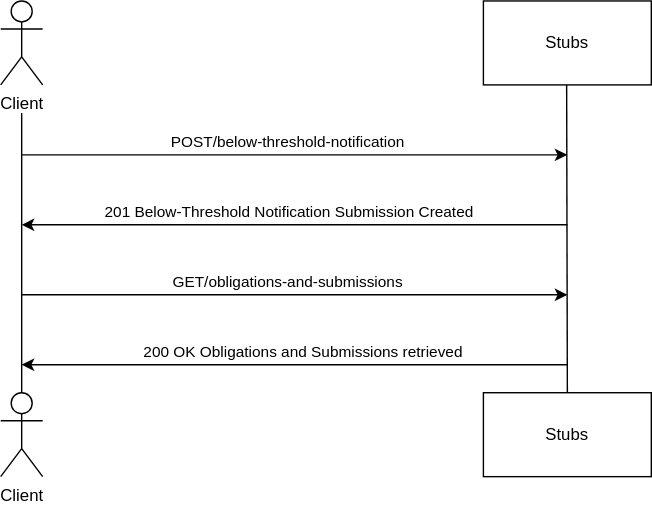
Above: source/documentation/figures/btn-test-sequence.svg in hmrc/pillar2-service-guide (draw.io), before the change. Source tidied: cells renumbered, new cells last; positions are measured from the earlier drawing's top-left corner, leaving out a move shared by most shapes. The source it was exported from:
```xml
<mxGraphModel>
  <root>
    <mxCell id="0" />
    <mxCell id="1" parent="0" />
    <mxCell id="2" value="Client" style="shape=umlActor;verticalLabelPosition=bottom;verticalAlign=top;html=1;" parent="1" vertex="1">
      <mxGeometry width="30" height="60" as="geometry" />
    </mxCell>
    <mxCell id="3" value="Client" style="shape=umlActor;verticalLabelPosition=bottom;verticalAlign=top;html=1;" parent="1" vertex="1">
      <mxGeometry y="280" width="30" height="60" as="geometry" />
    </mxCell>
    <mxCell id="4" style="endArrow=none;html=1;rounded=0;" parent="1" edge="1">
      <mxGeometry relative="1" as="geometry">
        <mxPoint x="15" y="280" as="sourcePoint" />
        <mxPoint x="15" y="80" as="targetPoint" />
      </mxGeometry>
    </mxCell>
    <mxCell id="5" value="Stubs" style="rounded=0;whiteSpace=wrap;html=1;" parent="1" vertex="1">
      <mxGeometry x="345" width="120" height="60" as="geometry" />
    </mxCell>
    <mxCell id="6" value="Stubs" style="rounded=0;whiteSpace=wrap;html=1;" parent="1" vertex="1">
      <mxGeometry x="345" y="280" width="120" height="60" as="geometry" />
    </mxCell>
    <mxCell id="7" style="endArrow=none;html=1;rounded=0;exitX=0.5;exitY=0;exitDx=0;exitDy=0;" parent="1" edge="1" source="6">
      <mxGeometry relative="1" as="geometry">
        <mxPoint x="404.5" y="60" as="targetPoint" />
      </mxGeometry>
    </mxCell>
    <mxCell id="8" style="endArrow=classic;html=1;rounded=0;" parent="1" edge="1">
      <mxGeometry relative="1" as="geometry">
        <mxPoint x="15" y="110" as="sourcePoint" />
        <mxPoint x="405" y="110" as="targetPoint" />
      </mxGeometry>
    </mxCell>
    <mxCell id="9" value="POST/below-threshold-notification" style="edgeLabel;html=1;align=center;verticalAlign=middle;" parent="8" vertex="1">
      <mxGeometry x="-0.19" relative="1" as="geometry">
        <mxPoint x="31" y="-10" as="offset" />
      </mxGeometry>
    </mxCell>
    <mxCell id="10" style="endArrow=classic;html=1;rounded=0;" parent="1" edge="1">
      <mxGeometry relative="1" as="geometry">
        <mxPoint x="405" y="160" as="sourcePoint" />
        <mxPoint x="15" y="160" as="targetPoint" />
      </mxGeometry>
    </mxCell>
    <mxCell id="11" value="201 Below-Threshold Notification Submission Created" style="edgeLabel;html=1;align=center;verticalAlign=middle;" parent="10" vertex="1">
      <mxGeometry x="0.13" relative="1" as="geometry">
        <mxPoint x="20" y="-10" as="offset" />
      </mxGeometry>
    </mxCell>
    <mxCell id="12" style="endArrow=classic;html=1;rounded=0;" parent="1" edge="1">
      <mxGeometry relative="1" as="geometry">
        <mxPoint x="15" y="210" as="sourcePoint" />
        <mxPoint x="405" y="210" as="targetPoint" />
      </mxGeometry>
    </mxCell>
    <mxCell id="13" value="GET/obligations-and-submissions" style="edgeLabel;html=1;align=center;verticalAlign=middle;" parent="12" vertex="1">
      <mxGeometry x="-0.15" y="-2" relative="1" as="geometry">
        <mxPoint x="23" y="-12" as="offset" />
      </mxGeometry>
    </mxCell>
    <mxCell id="14" style="endArrow=classic;html=1;rounded=0;" parent="1" edge="1">
      <mxGeometry relative="1" as="geometry">
        <mxPoint x="405" y="260" as="sourcePoint" />
        <mxPoint x="15" y="260" as="targetPoint" />
      </mxGeometry>
    </mxCell>
    <mxCell id="15" value="200 OK Obligations and Submissions retrieved" style="edgeLabel;html=1;align=center;verticalAlign=middle;" parent="14" vertex="1">
      <mxGeometry y="2" relative="1" as="geometry">
        <mxPoint x="5" y="-12" as="offset" />
      </mxGeometry>
    </mxCell>
  </root>
</mxGraphModel>
```
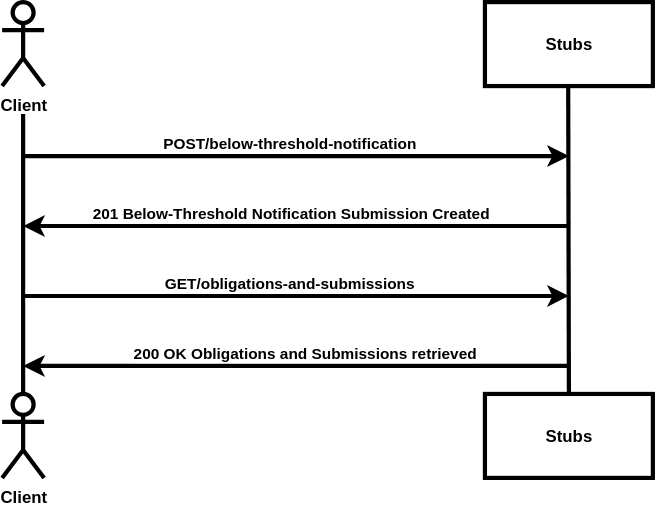
After the change.

The edit, as a diff of the source:
```diff
@@ -2,69 +2,69 @@
   <root>
     <mxCell id="0" />
     <mxCell id="1" parent="0" />
-    <mxCell id="2" value="Client" style="shape=umlActor;verticalLabelPosition=bottom;verticalAlign=top;html=1;" parent="1" vertex="1">
+    <mxCell id="2" value="Client" style="shape=umlActor;verticalLabelPosition=bottom;verticalAlign=top;html=1;fontStyle=1;strokeWidth=3;" parent="1" vertex="1">
       <mxGeometry width="30" height="60" as="geometry" />
     </mxCell>
-    <mxCell id="3" value="Client" style="shape=umlActor;verticalLabelPosition=bottom;verticalAlign=top;html=1;" parent="1" vertex="1">
+    <mxCell id="3" value="Client" style="shape=umlActor;verticalLabelPosition=bottom;verticalAlign=top;html=1;fontStyle=1;strokeWidth=3;" parent="1" vertex="1">
       <mxGeometry y="280" width="30" height="60" as="geometry" />
     </mxCell>
-    <mxCell id="4" style="endArrow=none;html=1;rounded=0;" parent="1" edge="1">
+    <mxCell id="4" style="endArrow=none;html=1;rounded=0;fontStyle=1;strokeWidth=3;" parent="1" edge="1">
       <mxGeometry relative="1" as="geometry">
         <mxPoint x="15" y="280" as="sourcePoint" />
         <mxPoint x="15" y="80" as="targetPoint" />
       </mxGeometry>
     </mxCell>
-    <mxCell id="5" value="Stubs" style="rounded=0;whiteSpace=wrap;html=1;" parent="1" vertex="1">
+    <mxCell id="5" value="Stubs" style="rounded=0;whiteSpace=wrap;html=1;fontStyle=1;strokeWidth=3;" parent="1" vertex="1">
       <mxGeometry x="345" width="120" height="60" as="geometry" />
     </mxCell>
-    <mxCell id="6" value="Stubs" style="rounded=0;whiteSpace=wrap;html=1;" parent="1" vertex="1">
+    <mxCell id="6" value="Stubs" style="rounded=0;whiteSpace=wrap;html=1;fontStyle=1;strokeWidth=3;" parent="1" vertex="1">
       <mxGeometry x="345" y="280" width="120" height="60" as="geometry" />
     </mxCell>
-    <mxCell id="7" style="endArrow=none;html=1;rounded=0;exitX=0.5;exitY=0;exitDx=0;exitDy=0;" parent="1" edge="1" source="6">
+    <mxCell id="7" style="endArrow=none;html=1;rounded=0;exitX=0.5;exitY=0;exitDx=0;exitDy=0;fontStyle=1;strokeWidth=3;" parent="1" edge="1" source="6">
       <mxGeometry relative="1" as="geometry">
         <mxPoint x="404.5" y="60" as="targetPoint" />
       </mxGeometry>
     </mxCell>
-    <mxCell id="8" style="endArrow=classic;html=1;rounded=0;" parent="1" edge="1">
+    <mxCell id="8" style="endArrow=classic;html=1;rounded=0;fontStyle=1;strokeWidth=3;" parent="1" edge="1">
       <mxGeometry relative="1" as="geometry">
         <mxPoint x="15" y="110" as="sourcePoint" />
         <mxPoint x="405" y="110" as="targetPoint" />
       </mxGeometry>
     </mxCell>
-    <mxCell id="9" value="POST/below-threshold-notification" style="edgeLabel;html=1;align=center;verticalAlign=middle;" parent="8" vertex="1">
+    <mxCell id="9" value="POST/below-threshold-notification" style="edgeLabel;html=1;align=center;verticalAlign=middle;fontStyle=1;" parent="8" vertex="1">
       <mxGeometry x="-0.19" relative="1" as="geometry">
         <mxPoint x="31" y="-10" as="offset" />
       </mxGeometry>
     </mxCell>
-    <mxCell id="10" style="endArrow=classic;html=1;rounded=0;" parent="1" edge="1">
+    <mxCell id="10" style="endArrow=classic;html=1;rounded=0;fontStyle=1;strokeWidth=3;" parent="1" edge="1">
       <mxGeometry relative="1" as="geometry">
         <mxPoint x="405" y="160" as="sourcePoint" />
         <mxPoint x="15" y="160" as="targetPoint" />
       </mxGeometry>
     </mxCell>
-    <mxCell id="11" value="201 Below-Threshold Notification Submission Created" style="edgeLabel;html=1;align=center;verticalAlign=middle;" parent="10" vertex="1">
+    <mxCell id="11" value="201 Below-Threshold Notification Submission Created" style="edgeLabel;html=1;align=center;verticalAlign=middle;fontStyle=1;" parent="10" vertex="1">
       <mxGeometry x="0.13" relative="1" as="geometry">
         <mxPoint x="20" y="-10" as="offset" />
       </mxGeometry>
     </mxCell>
-    <mxCell id="12" style="endArrow=classic;html=1;rounded=0;" parent="1" edge="1">
+    <mxCell id="12" style="endArrow=classic;html=1;rounded=0;fontStyle=1;strokeWidth=3;" parent="1" edge="1">
       <mxGeometry relative="1" as="geometry">
         <mxPoint x="15" y="210" as="sourcePoint" />
         <mxPoint x="405" y="210" as="targetPoint" />
       </mxGeometry>
     </mxCell>
-    <mxCell id="13" value="GET/obligations-and-submissions" style="edgeLabel;html=1;align=center;verticalAlign=middle;" parent="12" vertex="1">
+    <mxCell id="13" value="GET/obligations-and-submissions" style="edgeLabel;html=1;align=center;verticalAlign=middle;fontStyle=1;" parent="12" vertex="1">
       <mxGeometry x="-0.15" y="-2" relative="1" as="geometry">
         <mxPoint x="23" y="-12" as="offset" />
       </mxGeometry>
     </mxCell>
-    <mxCell id="14" style="endArrow=classic;html=1;rounded=0;" parent="1" edge="1">
+    <mxCell id="14" style="endArrow=classic;html=1;rounded=0;fontStyle=1;strokeWidth=3;" parent="1" edge="1">
       <mxGeometry relative="1" as="geometry">
         <mxPoint x="405" y="260" as="sourcePoint" />
         <mxPoint x="15" y="260" as="targetPoint" />
       </mxGeometry>
     </mxCell>
-    <mxCell id="15" value="200 OK Obligations and Submissions retrieved" style="edgeLabel;html=1;align=center;verticalAlign=middle;" parent="14" vertex="1">
+    <mxCell id="15" value="200 OK Obligations and Submissions retrieved" style="edgeLabel;html=1;align=center;verticalAlign=middle;fontStyle=1;" parent="14" vertex="1">
       <mxGeometry y="2" relative="1" as="geometry">
         <mxPoint x="5" y="-12" as="offset" />
       </mxGeometry>
```
